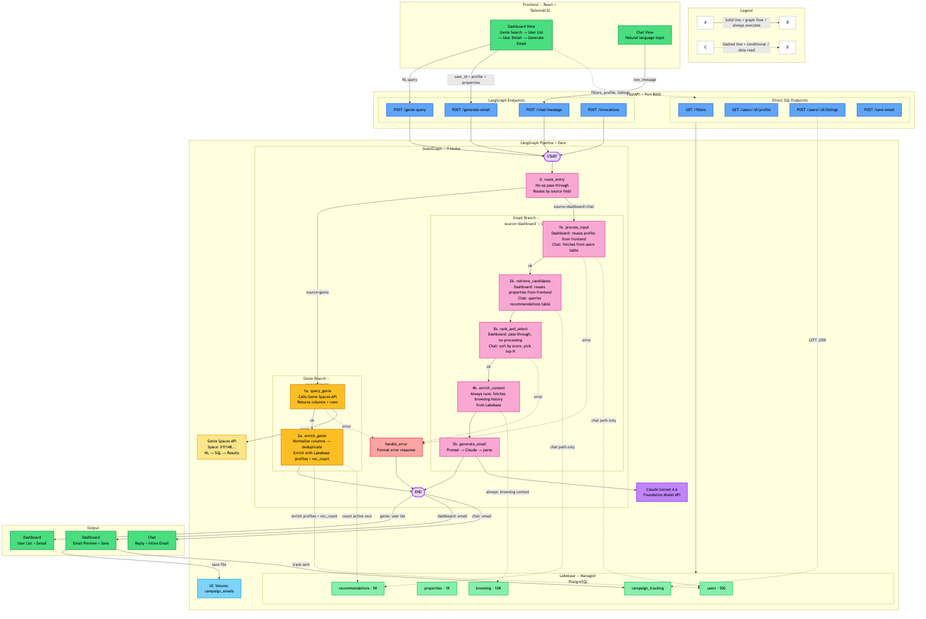
Before: pipeline_flow.png, a diagram exported from Mermaid (birbalin25/xome_first). Its source is kept beside it as pipeline_flow.mmd.
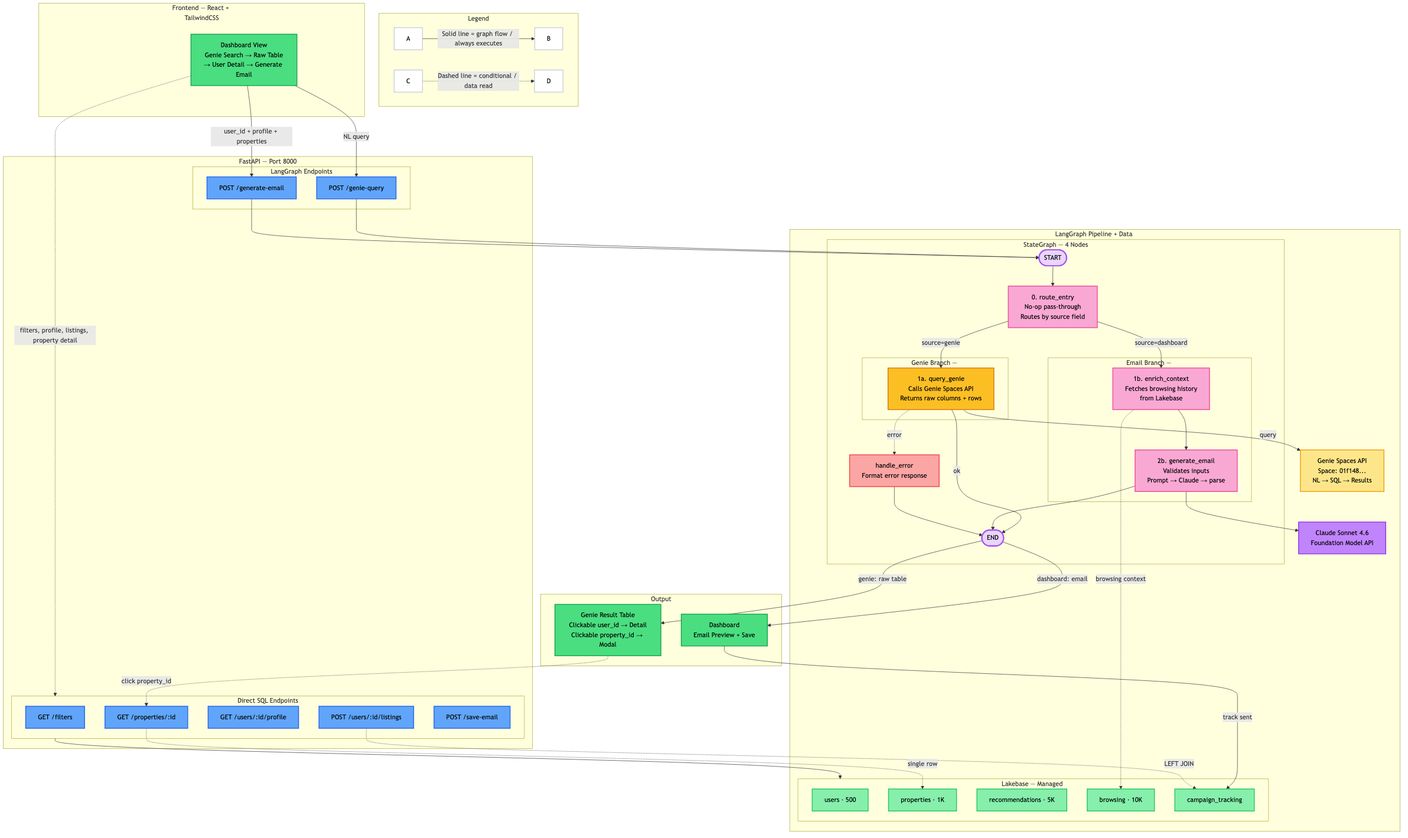
After the change.

What changed in the source:
```diff
@@ -19,14 +19,14 @@
 
     subgraph FE["Frontend — React + TailwindCSS"]
         direction LR
-        D["Dashboard View<br/>Genie Search → User List<br/>→ User Detail → Generate Email"]:::ui
-        C["Chat View<br/>Natural language input"]:::ui
+        D["Dashboard View<br/>Genie Search → Raw Table<br/>→ User Detail → Generate Email"]:::ui
     end
 
     subgraph API["FastAPI — Port 8000"]
         direction LR
         subgraph SQL_EP["Direct SQL Endpoints"]
             A1["GET /filters"]:::api
+            A2["GET /properties/:id"]:::api
             A3["GET /users/:id/profile"]:::api
             A4["POST /users/:id/listings"]:::api
             A5["POST /save-email"]:::api
@@ -34,32 +34,26 @@
         subgraph LG_EP["LangGraph Endpoints"]
             GQ["POST /genie-query"]:::api
             G1["POST /generate-email"]:::api
-            G2["POST /chat/message"]:::api
-            G3["POST /invocations"]:::api
         end
     end
 
     subgraph CORE["LangGraph Pipeline + Data + LLM"]
         direction LR
 
-        subgraph LG["StateGraph — 9 Nodes"]
+        subgraph LG["StateGraph — 4 Nodes"]
             direction TB
             S(["START"]):::pt
             RE["0. route_entry<br/>No-op pass-through<br/>Routes by source field"]:::gn
 
             subgraph GENIE_BRANCH["Genie Branch — source='genie'"]
                 direction TB
-                QG["1a. query_genie<br/>Calls Genie Spaces API<br/>Returns columns + rows"]:::genie
-                EG["2a. enrich_genie<br/>Normalize columns → deduplicate<br/>Enrich with Lakebase profiles + rec_count"]:::genie
+                QG["1a. query_genie<br/>Calls Genie Spaces API<br/>Returns raw columns + rows"]:::genie
             end
 
-            subgraph EMAIL_BRANCH["Email Branch — source='dashboard' | 'chat'"]
+            subgraph EMAIL_BRANCH["Email Branch — source='dashboard'"]
                 direction TB
-                P1["1b. process_input<br/>Dashboard: reuses profile from frontend<br/>Chat: fetches from users table"]:::gn
-                P2["2b. retrieve_candidates<br/>Dashboard: reuses properties from frontend<br/>Chat: queries recommendations table"]:::gn
-                P3["3b. rank_and_select<br/>Dashboard: pass-through, no processing<br/>Chat: sort by score, pick top N"]:::gn
-                P4["4b. enrich_context<br/>Always runs: fetches browsing history<br/>from Lakebase"]:::gn
-                P5["5b. generate_email<br/>Prompt → Claude → parse"]:::gn
+                EC["1b. enrich_context<br/>Fetches browsing history<br/>from Lakebase"]:::gn
+                GE["2b. generate_email<br/>Validates inputs<br/>Prompt → Claude → parse"]:::gn
             end
 
             ERR["handle_error<br/>Format error response"]:::er
@@ -67,17 +61,11 @@
 
             S --> RE
             RE -->|"source=genie"| QG
-            RE -->|"source=dashboard/chat"| P1
-            QG -->|ok| EG
+            RE -->|"source=dashboard"| EC
+            QG -->|ok| EN
             QG -.->|error| ERR
-            EG --> EN
-            P1 -->|ok| P2
-            P1 -.->|error| ERR
-            P2 --> P3
-            P3 -->|ok| P4
-            P3 -.->|error| ERR
-            P4 --> P5
-            P5 --> EN
+            EC --> GE
+            GE --> EN
             ERR --> EN
         end
 
@@ -92,35 +80,27 @@
             T4["browsing · 10K"]:::lb
             T5["campaign_tracking"]:::lb
         end
-
-        VOL["UC Volume:<br/>campaign_emails"]:::db
     end
 
     subgraph OUT["Output"]
         direction LR
-        O0["Dashboard<br/>User List + Detail"]:::ui
+        O0["Genie Result Table<br/>Clickable user_id → Detail<br/>Clickable property_id → Modal"]:::ui
         O1["Dashboard<br/>Email Preview + Save"]:::ui
-        O2["Chat<br/>Reply + Inline Email"]:::ui
     end
 
     D -->|"NL query"| GQ
     D -->|"user_id + profile + properties"| G1
-    D -.->|"filters, profile, listings"| SQL_EP
-    C -->|"raw_message"| G2
+    D -.->|"filters, profile, listings, property detail"| SQL_EP
     GQ --> S
-    G1 & G2 & G3 --> S
-    P5 --> LLM
+    G1 --> S
+    GE --> LLM
     SQL_EP --> LB_DB
-    EN -->|"genie: user list"| O0
+    EN -->|"genie: raw table"| O0
     EN -->|"dashboard: email"| O1
-    EN -->|"chat: email"| O2
-    O1 -->|save file| VOL
     O1 -->|"track sent"| T5
 
     QG -->|"query"| GENIE_API
-    EG -.->|"enrich profiles + rec_count"| T1
-    EG -.->|"count active recs"| T3
-    P1 -.->|"chat path only"| T1
-    P2 -.->|"chat path only"| T3
-    P4 -.->|"always: browsing context"| T4
+    EC -.->|"browsing context"| T4
+    A2 -.->|"single row"| T2
     A4 -.->|"LEFT JOIN"| T5
+    O0 -.->|"click property_id"| A2
```
